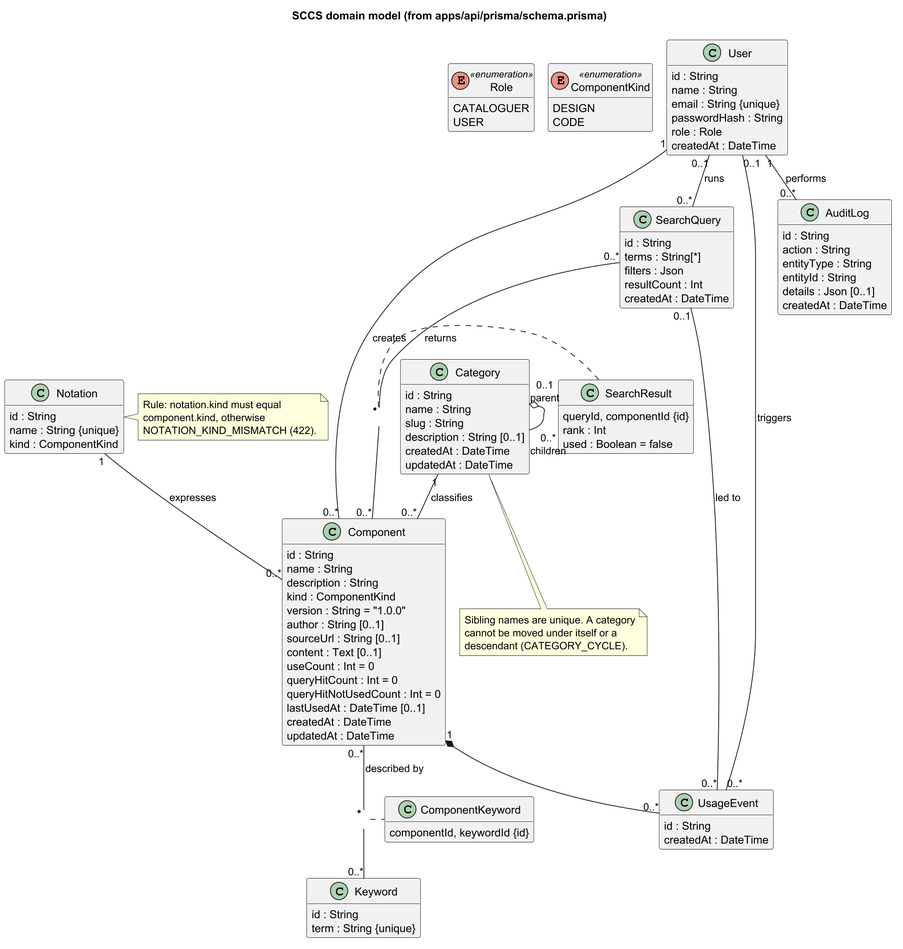
Before: docs/diagrams/class-domain.png, a diagram exported from PlantUML (YashIIT0909/SWE_LAB_Assignment). Source of this version:
```plantuml
@startuml class-domain
title SCCS domain model (from apps/api/prisma/schema.prisma)
!pragma layout smetana
skinparam shadowing false
skinparam dpi 170
skinparam classAttributeIconSize 0
skinparam linetype ortho
hide empty methods

enum Role <<enumeration>> {
  CATALOGUER
  USER
}

enum ComponentKind <<enumeration>> {
  DESIGN
  CODE
}

class User {
  id : String
  name : String
  email : String {unique}
  passwordHash : String
  role : Role
  createdAt : DateTime
}

class Category {
  id : String
  name : String
  slug : String
  description : String [0..1]
  createdAt : DateTime
  updatedAt : DateTime
}

class Notation {
  id : String
  name : String {unique}
  kind : ComponentKind
}

class Component {
  id : String
  name : String
  description : String
  kind : ComponentKind
  version : String = "1.0.0"
  author : String [0..1]
  sourceUrl : String [0..1]
  content : Text [0..1]
  useCount : Int = 0
  queryHitCount : Int = 0
  queryHitNotUsedCount : Int = 0
  lastUsedAt : DateTime [0..1]
  createdAt : DateTime
  updatedAt : DateTime
}

class Keyword {
  id : String
  term : String {unique}
}

class ComponentKeyword {
  componentId, keywordId {id}
}

class SearchQuery {
  id : String
  terms : String[*]
  filters : Json
  resultCount : Int
  createdAt : DateTime
}

class SearchResult {
  queryId, componentId {id}
  rank : Int
  used : Boolean = false
}

class UsageEvent {
  id : String
  createdAt : DateTime
}

class AuditLog {
  id : String
  action : String
  entityType : String
  entityId : String
  details : Json [0..1]
  createdAt : DateTime
}

User "1" -- "0..*" Component : creates >
Notation "1" -- "0..*" Component : expresses >
Category "1" -- "0..*" Component : classifies >
Category "0..1\nparent" o-- "0..*\nchildren" Category
Component "0..*" -- "0..*" Keyword : described by >
(Component, Keyword) .. ComponentKeyword
Component "1" *-- "0..*" UsageEvent
SearchQuery "0..*" -- "0..*" Component : returns >
(SearchQuery, Component) .. SearchResult
User "0..1" -- "0..*" SearchQuery : runs >
SearchQuery "0..1" -- "0..*" UsageEvent : led to >
User "0..1" -- "0..*" UsageEvent : triggers >
User "1" -- "0..*" AuditLog : performs >

note right of Notation
  Rule: notation.kind must equal
  component.kind, otherwise
  NOTATION_KIND_MISMATCH (422).
end note

note bottom of Category
  Sibling names are unique. A category
  cannot be moved under itself or a
  descendant (CATEGORY_CYCLE).
end note
@enduml
```
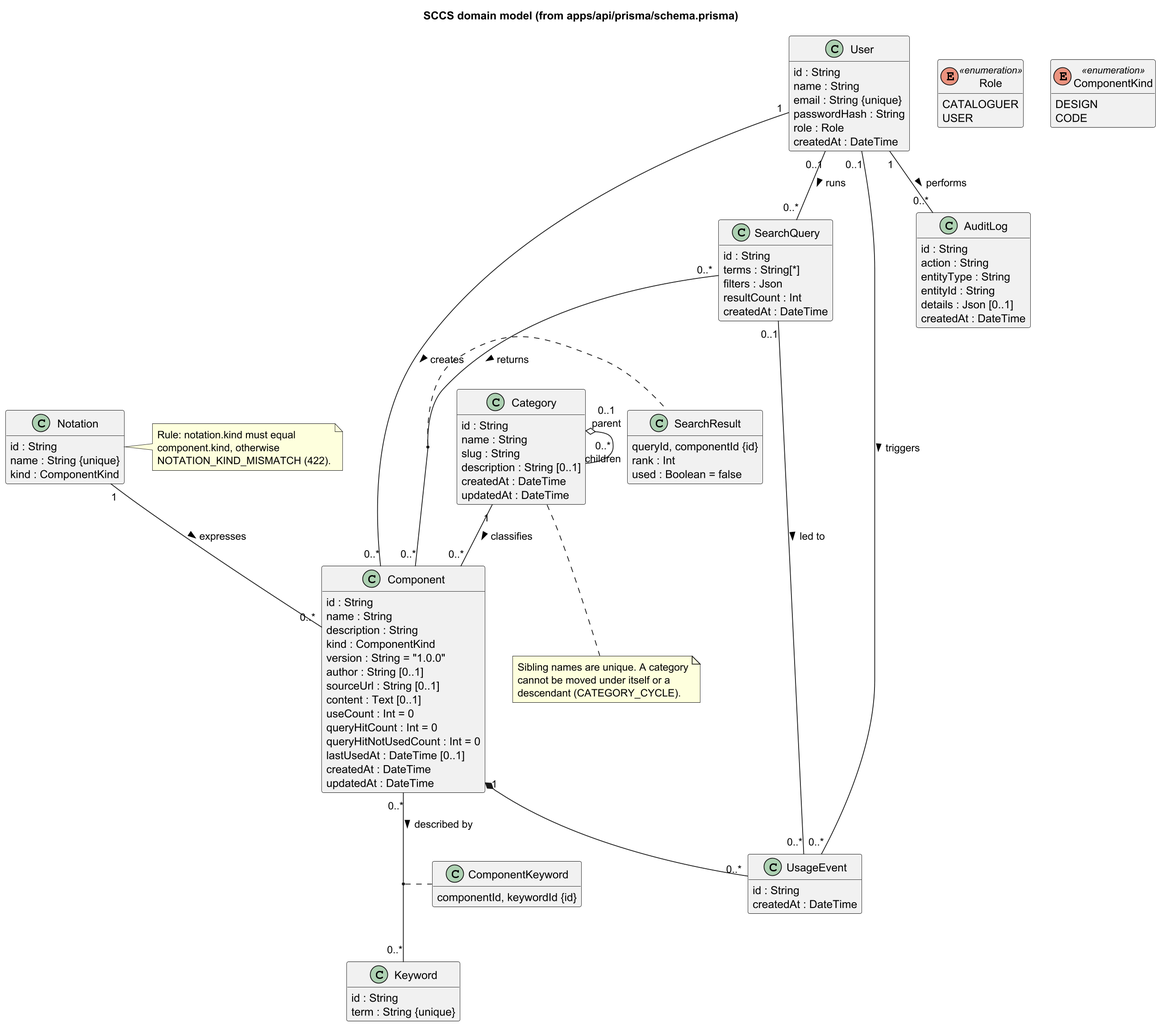
The same file after the commit.

Commit message:
Re-render the diagrams with Graphviz for a cleaner layout

Diff of the diagram source:
```diff
@@ -1,10 +1,8 @@
 @startuml class-domain
 title SCCS domain model (from apps/api/prisma/schema.prisma)
-!pragma layout smetana
 skinparam shadowing false
 skinparam dpi 170
 skinparam classAttributeIconSize 0
-skinparam linetype ortho
 hide empty methods
 
 enum Role <<enumeration>> {
```
